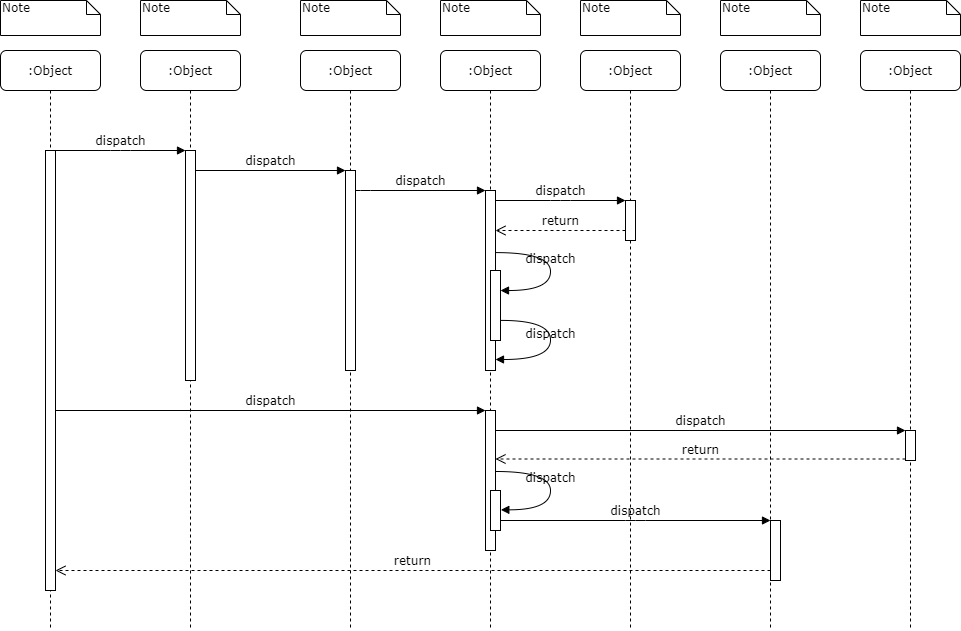
Before: UML/StartRedundancy.png, a diagram exported from draw.io (Steve888888/FN-Redundancy). Source tidied: cells renumbered, new cells last; positions are measured from the earlier drawing's top-left corner, leaving out a move shared by most shapes.
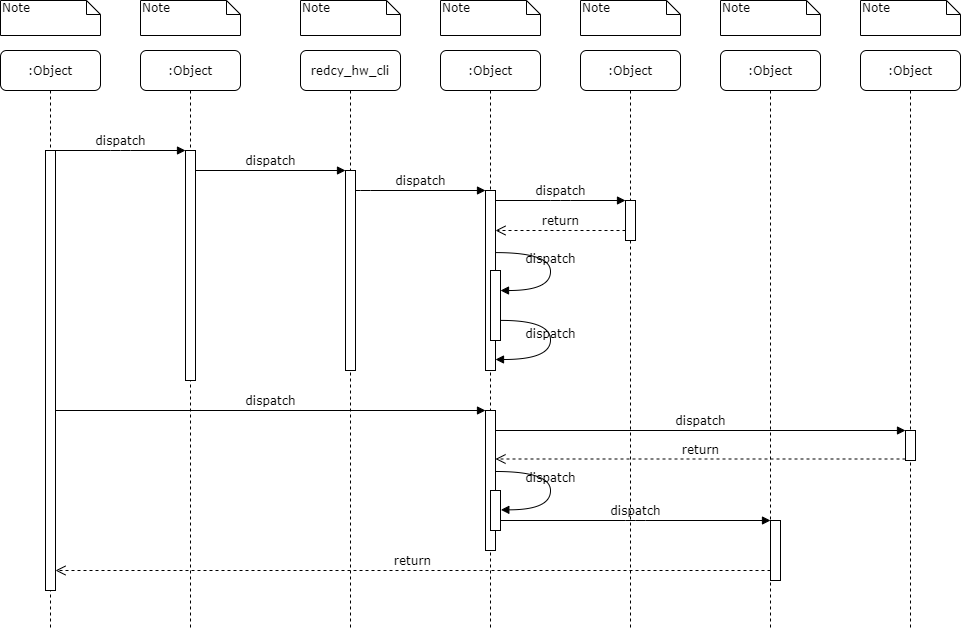
Above is the later version.

Diff of the diagram source:
```diff
@@ -8,7 +8,7 @@
     <mxCell id="3" style="html=1;points=[];perimeter=orthogonalPerimeter;rounded=0;shadow=0;comic=0;labelBackgroundColor=none;strokeWidth=1;fontFamily=Verdana;fontSize=12;align=center;" parent="2" vertex="1">
       <mxGeometry x="45" y="100" width="10" height="230" as="geometry" />
     </mxCell>
-    <mxCell id="4" value=":Object" style="shape=umlLifeline;perimeter=lifelinePerimeter;whiteSpace=wrap;html=1;rounded=1;shadow=0;comic=0;labelBackgroundColor=none;strokeWidth=1;fontFamily=Verdana;fontSize=12;align=center;" parent="1" vertex="1">
+    <mxCell id="4" value="redcy_hw_cli" style="shape=umlLifeline;perimeter=lifelinePerimeter;whiteSpace=wrap;html=1;rounded=1;shadow=0;comic=0;labelBackgroundColor=none;strokeWidth=1;fontFamily=Verdana;fontSize=12;align=center;" parent="1" vertex="1">
       <mxGeometry x="300" y="50" width="100" height="580" as="geometry" />
     </mxCell>
     <mxCell id="5" style="html=1;points=[];perimeter=orthogonalPerimeter;rounded=0;shadow=0;comic=0;labelBackgroundColor=none;strokeWidth=1;fontFamily=Verdana;fontSize=12;align=center;" parent="4" vertex="1">
```
